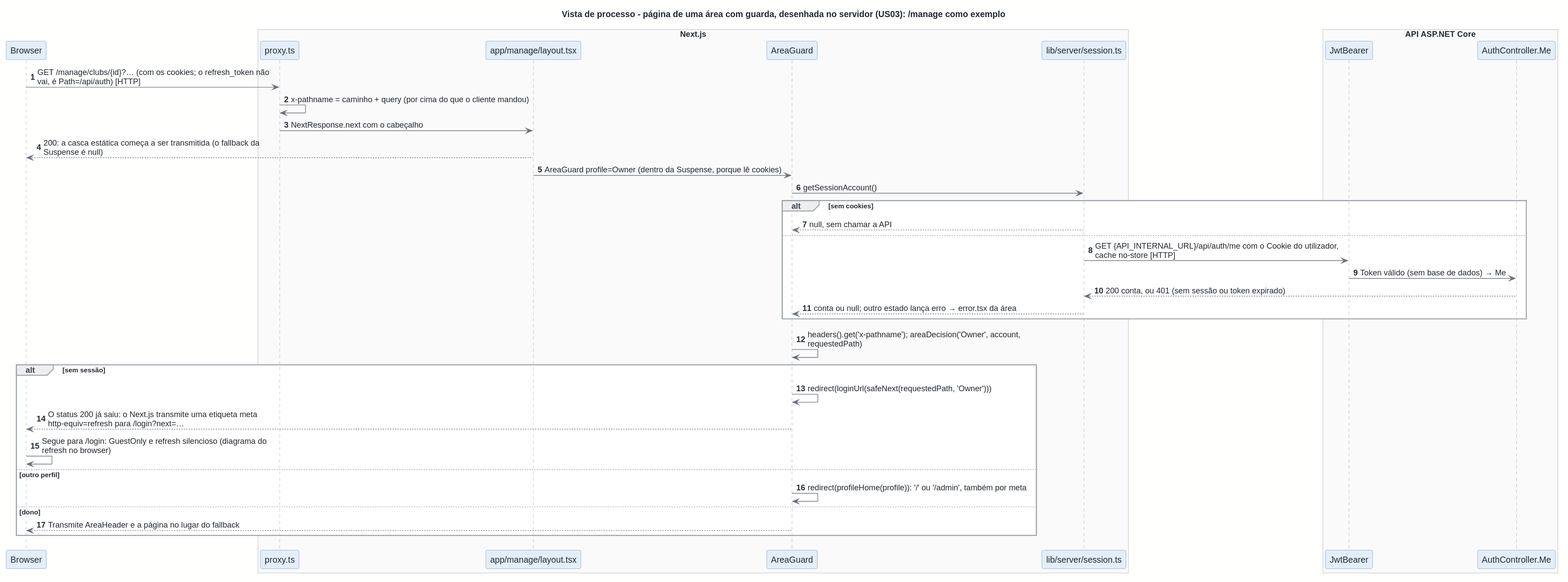
Earlier version of the PlantUML export docs/architecture/out/process-guard.svg (rodrigo4sousa/SportsEstablishments). Source of this version:
```plantuml
@startuml
!include ../style.puml

title Vista de processo - página de uma área com guarda, desenhada no servidor (US03): /manage como exemplo
autonumber

participant "Browser" as C_BROWSER
box "Next.js"
  participant "proxy.ts" as WEB_PROXY
  participant "app/manage/layout.tsx" as WEB_AREA_MANAGE
  participant "AreaGuard" as WEB_GUARDS
  participant "lib/server/session.ts" as WEB_SERVER
end box
box "API ASP.NET Core"
  participant "JwtBearer" as CC_COOKIES
  participant "AuthController.Me" as API_AUTH
end box

C_BROWSER -> WEB_PROXY : GET /manage/clubs/{id}?… (com os cookies; o refresh_token não\nvai, é Path=/api/auth) [HTTP]
WEB_PROXY -> WEB_PROXY : x-pathname = caminho + query (por cima do que o cliente mandou)
WEB_PROXY -> WEB_AREA_MANAGE : NextResponse.next com o cabeçalho
WEB_AREA_MANAGE --> C_BROWSER : 200: a casca estática começa a ser transmitida (o fallback da\nSuspense é null)
WEB_AREA_MANAGE -> WEB_GUARDS : AreaGuard profile=Owner (dentro da Suspense, porque lê cookies)
WEB_GUARDS -> WEB_SERVER : getSessionAccount()
alt sem cookies
  WEB_SERVER --> WEB_GUARDS : null, sem chamar a API
else
  WEB_SERVER -> CC_COOKIES : GET {API_INTERNAL_URL}/api/auth/me com o Cookie do utilizador,\ncache no-store [HTTP]
  CC_COOKIES -> API_AUTH : Token válido (sem base de dados) → Me
  API_AUTH --> WEB_SERVER : 200 conta, ou 401 (sem sessão ou token expirado)
  WEB_SERVER --> WEB_GUARDS : conta ou null; outro estado lança erro → error.tsx da área
end
WEB_GUARDS -> WEB_GUARDS : headers().get('x-pathname'); areaDecision('Owner', account,\nrequestedPath)
alt sem sessão
  WEB_GUARDS -> WEB_GUARDS : redirect(loginUrl(safeNext(requestedPath, 'Owner')))
  WEB_GUARDS --> C_BROWSER : O status 200 já saiu: o Next.js transmite uma etiqueta meta\nhttp-equiv=refresh para /login?next=…
  C_BROWSER -> C_BROWSER : Segue para /login: GuestOnly e refresh silencioso (diagrama do\nrefresh no browser)
else outro perfil
  WEB_GUARDS -> WEB_GUARDS : redirect(profileHome(profile)): '/' ou '/admin', também por meta
else dono
  WEB_GUARDS --> C_BROWSER : Transmite AreaHeader e a página no lugar do fallback
end
@enduml
```
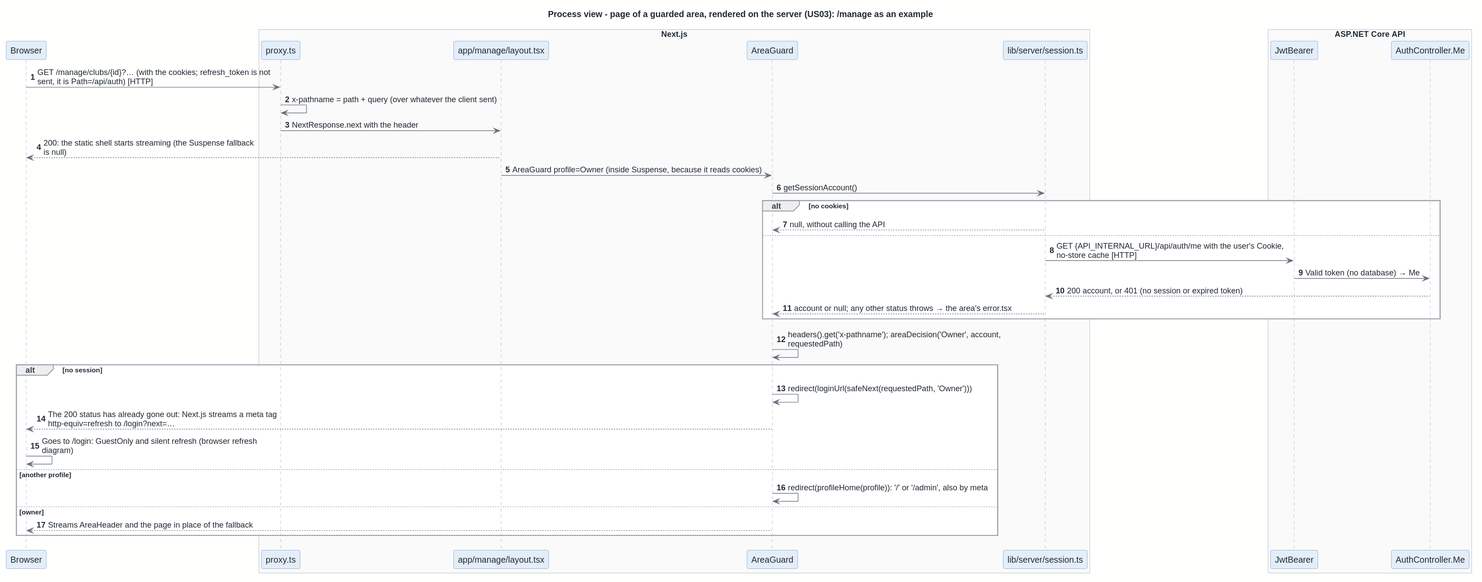
After the commit.

Change to the diagram source:
```diff
@@ -1,7 +1,7 @@
 @startuml
 !include ../style.puml
 
-title Vista de processo - página de uma área com guarda, desenhada no servidor (US03): /manage como exemplo
+title Process view - page of a guarded area, rendered on the server (US03): /manage as an example
 autonumber
 
 participant "Browser" as C_BROWSER
@@ -11,33 +11,33 @@
   participant "AreaGuard" as WEB_GUARDS
   participant "lib/server/session.ts" as WEB_SERVER
 end box
-box "API ASP.NET Core"
+box "ASP.NET Core API"
   participant "JwtBearer" as CC_COOKIES
   participant "AuthController.Me" as API_AUTH
 end box
 
-C_BROWSER -> WEB_PROXY : GET /manage/clubs/{id}?… (com os cookies; o refresh_token não\nvai, é Path=/api/auth) [HTTP]
-WEB_PROXY -> WEB_PROXY : x-pathname = caminho + query (por cima do que o cliente mandou)
-WEB_PROXY -> WEB_AREA_MANAGE : NextResponse.next com o cabeçalho
-WEB_AREA_MANAGE --> C_BROWSER : 200: a casca estática começa a ser transmitida (o fallback da\nSuspense é null)
-WEB_AREA_MANAGE -> WEB_GUARDS : AreaGuard profile=Owner (dentro da Suspense, porque lê cookies)
+C_BROWSER -> WEB_PROXY : GET /manage/clubs/{id}?… (with the cookies; refresh_token is not\nsent, it is Path=/api/auth) [HTTP]
+WEB_PROXY -> WEB_PROXY : x-pathname = path + query (over whatever the client sent)
+WEB_PROXY -> WEB_AREA_MANAGE : NextResponse.next with the header
+WEB_AREA_MANAGE --> C_BROWSER : 200: the static shell starts streaming (the Suspense fallback\nis null)
+WEB_AREA_MANAGE -> WEB_GUARDS : AreaGuard profile=Owner (inside Suspense, because it reads cookies)
 WEB_GUARDS -> WEB_SERVER : getSessionAccount()
-alt sem cookies
-  WEB_SERVER --> WEB_GUARDS : null, sem chamar a API
+alt no cookies
+  WEB_SERVER --> WEB_GUARDS : null, without calling the API
 else
-  WEB_SERVER -> CC_COOKIES : GET {API_INTERNAL_URL}/api/auth/me com o Cookie do utilizador,\ncache no-store [HTTP]
-  CC_COOKIES -> API_AUTH : Token válido (sem base de dados) → Me
-  API_AUTH --> WEB_SERVER : 200 conta, ou 401 (sem sessão ou token expirado)
-  WEB_SERVER --> WEB_GUARDS : conta ou null; outro estado lança erro → error.tsx da área
+  WEB_SERVER -> CC_COOKIES : GET {API_INTERNAL_URL}/api/auth/me with the user's Cookie,\nno-store cache [HTTP]
+  CC_COOKIES -> API_AUTH : Valid token (no database) → Me
+  API_AUTH --> WEB_SERVER : 200 account, or 401 (no session or expired token)
+  WEB_SERVER --> WEB_GUARDS : account or null; any other status throws → the area's error.tsx
 end
 WEB_GUARDS -> WEB_GUARDS : headers().get('x-pathname'); areaDecision('Owner', account,\nrequestedPath)
-alt sem sessão
+alt no session
   WEB_GUARDS -> WEB_GUARDS : redirect(loginUrl(safeNext(requestedPath, 'Owner')))
-  WEB_GUARDS --> C_BROWSER : O status 200 já saiu: o Next.js transmite uma etiqueta meta\nhttp-equiv=refresh para /login?next=…
-  C_BROWSER -> C_BROWSER : Segue para /login: GuestOnly e refresh silencioso (diagrama do\nrefresh no browser)
-else outro perfil
-  WEB_GUARDS -> WEB_GUARDS : redirect(profileHome(profile)): '/' ou '/admin', também por meta
-else dono
-  WEB_GUARDS --> C_BROWSER : Transmite AreaHeader e a página no lugar do fallback
+  WEB_GUARDS --> C_BROWSER : The 200 status has already gone out: Next.js streams a meta tag\nhttp-equiv=refresh to /login?next=…
+  C_BROWSER -> C_BROWSER : Goes to /login: GuestOnly and silent refresh (browser refresh\ndiagram)
+else another profile
+  WEB_GUARDS -> WEB_GUARDS : redirect(profileHome(profile)): '/' or '/admin', also by meta
+else owner
+  WEB_GUARDS --> C_BROWSER : Streams AreaHeader and the page in place of the fallback
 end
 @enduml
```
